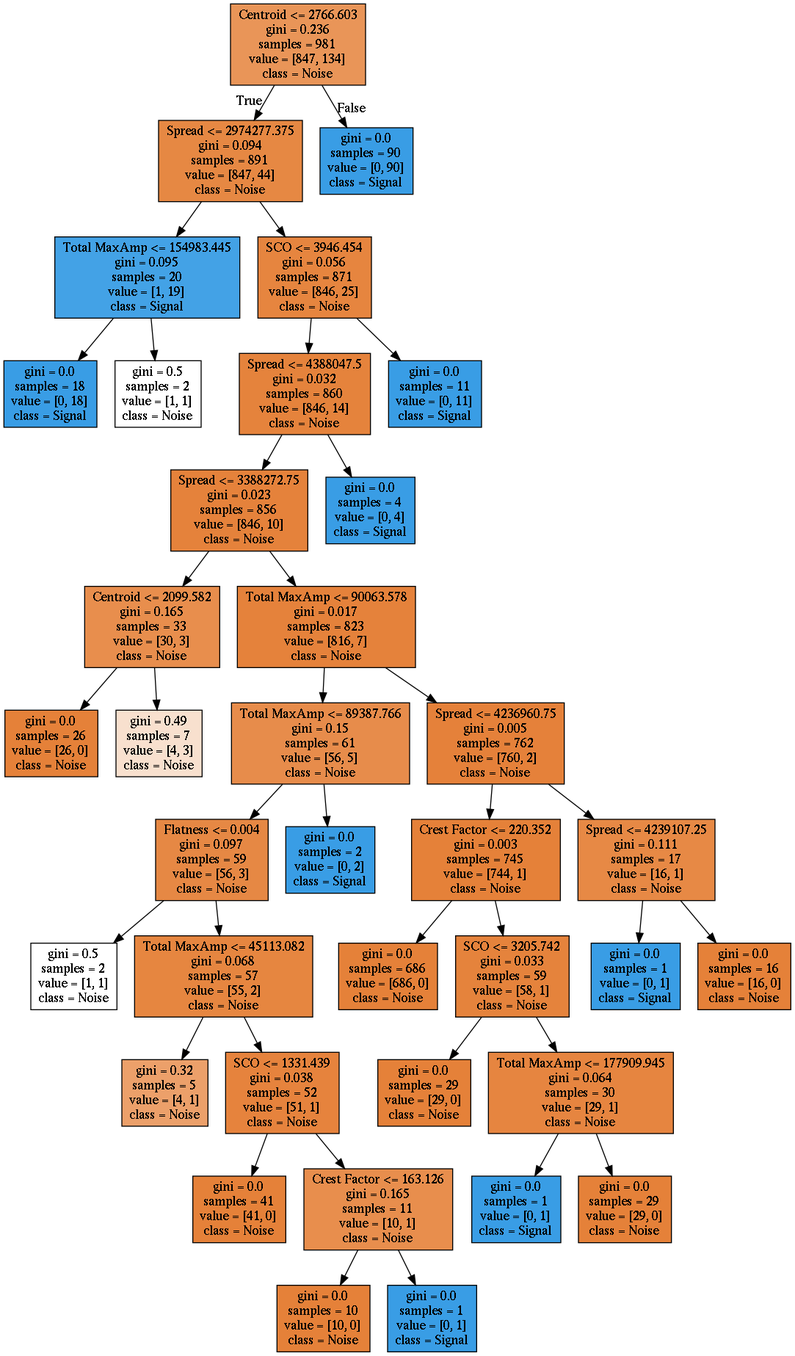
The Graphviz diagram Classifier/tree.dot.png in Waclaw-Nietzsche/Diploma, before a commit. Its source is kept beside it as Classifier/tree.dot.
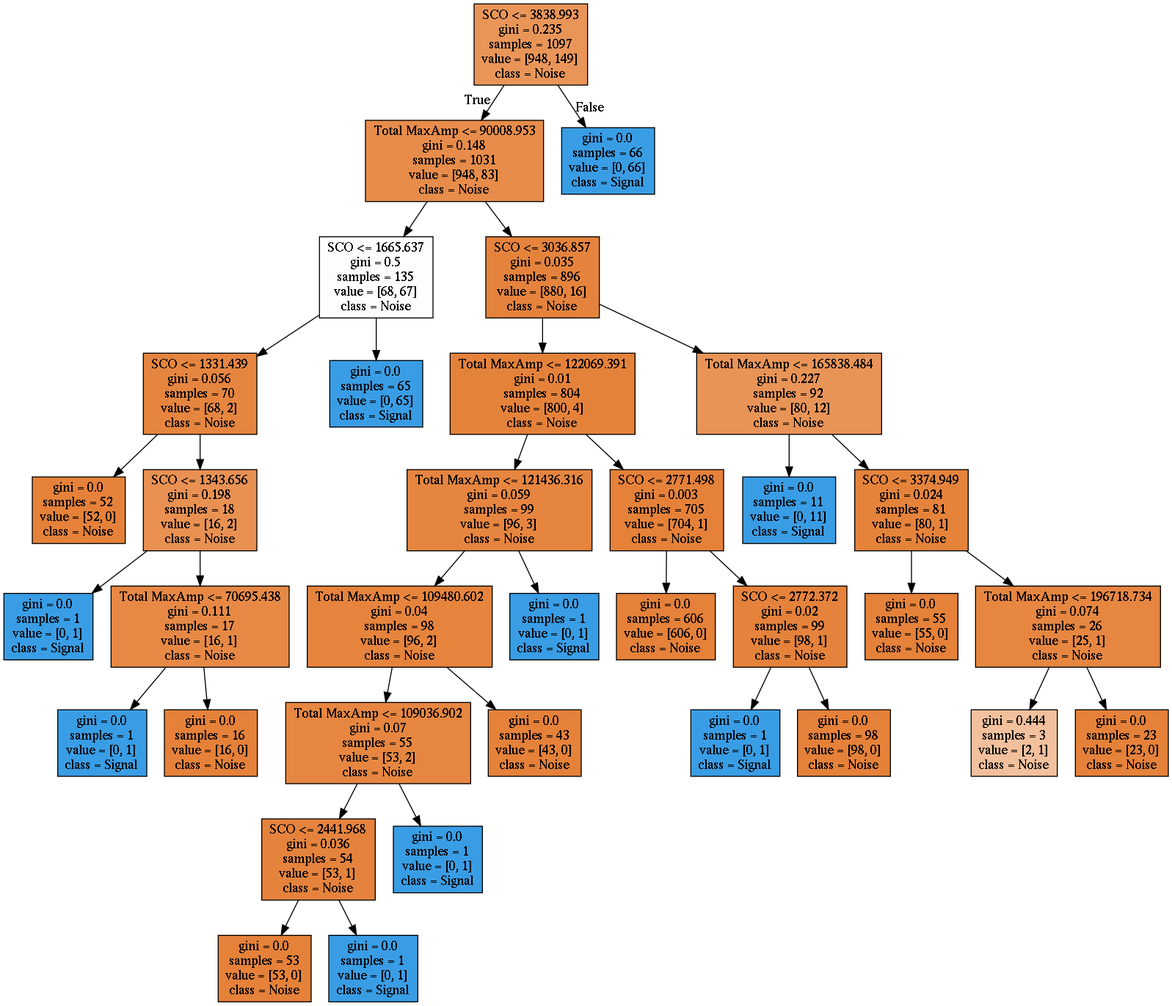
The same file after the commit.

The edit, as a diff of the source:
```diff
@@ -1,76 +1,72 @@
 digraph Tree {
 node [shape=box, style="filled", color="black"] ;
-0 [label="Centroid <= 2766.603\ngini = 0.236\nsamples = 981\nvalue = [847, 134]\nclass = Noise", fillcolor="#e99558"] ;
-1 [label="Spread <= 2974277.375\ngini = 0.094\nsamples = 891\nvalue = [847, 44]\nclass = Noise", fillcolor="#e68843"] ;
+0 [label="SCO <= 3838.993\ngini = 0.235\nsamples = 1097\nvalue = [948, 149]\nclass = Noise", fillcolor="#e99558"] ;
+1 [label="Total MaxAmp <= 90008.953\ngini = 0.148\nsamples = 1031\nvalue = [948, 83]\nclass = Noise", fillcolor="#e78c4a"] ;
 0 -> 1 [labeldistance=2.5, labelangle=45, headlabel="True"] ;
-3 [label="Total MaxAmp <= 154983.445\ngini = 0.095\nsamples = 20\nvalue = [1, 19]\nclass = Signal", fillcolor="#43a2e6"] ;
+3 [label="SCO <= 1665.637\ngini = 0.5\nsamples = 135\nvalue = [68, 67]\nclass = Noise", fillcolor="#fffdfc"] ;
 1 -> 3 ;
-9 [label="gini = 0.0\nsamples = 18\nvalue = [0, 18]\nclass = Signal", fillcolor="#399de5"] ;
-3 -> 9 ;
-10 [label="gini = 0.5\nsamples = 2\nvalue = [1, 1]\nclass = Noise", fillcolor="#ffffff"] ;
-3 -> 10 ;
-4 [label="SCO <= 3946.454\ngini = 0.056\nsamples = 871\nvalue = [846, 25]\nclass = Noise", fillcolor="#e6853f"] ;
+5 [label="SCO <= 1331.439\ngini = 0.056\nsamples = 70\nvalue = [68, 2]\nclass = Noise", fillcolor="#e6853f"] ;
+3 -> 5 ;
+11 [label="gini = 0.0\nsamples = 52\nvalue = [52, 0]\nclass = Noise", fillcolor="#e58139"] ;
+5 -> 11 ;
+12 [label="SCO <= 1343.656\ngini = 0.198\nsamples = 18\nvalue = [16, 2]\nclass = Noise", fillcolor="#e89152"] ;
+5 -> 12 ;
+13 [label="gini = 0.0\nsamples = 1\nvalue = [0, 1]\nclass = Signal", fillcolor="#399de5"] ;
+12 -> 13 ;
+14 [label="Total MaxAmp <= 70695.438\ngini = 0.111\nsamples = 17\nvalue = [16, 1]\nclass = Noise", fillcolor="#e78945"] ;
+12 -> 14 ;
+15 [label="gini = 0.0\nsamples = 1\nvalue = [0, 1]\nclass = Signal", fillcolor="#399de5"] ;
+14 -> 15 ;
+16 [label="gini = 0.0\nsamples = 16\nvalue = [16, 0]\nclass = Noise", fillcolor="#e58139"] ;
+14 -> 16 ;
+6 [label="gini = 0.0\nsamples = 65\nvalue = [0, 65]\nclass = Signal", fillcolor="#399de5"] ;
+3 -> 6 ;
+4 [label="SCO <= 3036.857\ngini = 0.035\nsamples = 896\nvalue = [880, 16]\nclass = Noise", fillcolor="#e5833d"] ;
 1 -> 4 ;
-5 [label="Spread <= 4388047.5\ngini = 0.032\nsamples = 860\nvalue = [846, 14]\nclass = Noise", fillcolor="#e5833c"] ;
-4 -> 5 ;
-7 [label="Spread <= 3388272.75\ngini = 0.023\nsamples = 856\nvalue = [846, 10]\nclass = Noise", fillcolor="#e5823b"] ;
-5 -> 7 ;
-11 [label="Centroid <= 2099.582\ngini = 0.165\nsamples = 33\nvalue = [30, 3]\nclass = Noise", fillcolor="#e88e4d"] ;
-7 -> 11 ;
-13 [label="gini = 0.0\nsamples = 26\nvalue = [26, 0]\nclass = Noise", fillcolor="#e58139"] ;
-11 -> 13 ;
-14 [label="gini = 0.49\nsamples = 7\nvalue = [4, 3]\nclass = Noise", fillcolor="#f8e0ce"] ;
-11 -> 14 ;
-12 [label="Total MaxAmp <= 90063.578\ngini = 0.017\nsamples = 823\nvalue = [816, 7]\nclass = Noise", fillcolor="#e5823b"] ;
-7 -> 12 ;
-15 [label="Total MaxAmp <= 89387.766\ngini = 0.15\nsamples = 61\nvalue = [56, 5]\nclass = Noise", fillcolor="#e78c4b"] ;
-12 -> 15 ;
-17 [label="Flatness <= 0.004\ngini = 0.097\nsamples = 59\nvalue = [56, 3]\nclass = Noise", fillcolor="#e68844"] ;
-15 -> 17 ;
-19 [label="gini = 0.5\nsamples = 2\nvalue = [1, 1]\nclass = Noise", fillcolor="#ffffff"] ;
+7 [label="Total MaxAmp <= 122069.391\ngini = 0.01\nsamples = 804\nvalue = [800, 4]\nclass = Noise", fillcolor="#e5823a"] ;
+4 -> 7 ;
+17 [label="Total MaxAmp <= 121436.316\ngini = 0.059\nsamples = 99\nvalue = [96, 3]\nclass = Noise", fillcolor="#e6853f"] ;
+7 -> 17 ;
+19 [label="Total MaxAmp <= 109480.602\ngini = 0.04\nsamples = 98\nvalue = [96, 2]\nclass = Noise", fillcolor="#e6843d"] ;
 17 -> 19 ;
-20 [label="Total MaxAmp <= 45113.082\ngini = 0.068\nsamples = 57\nvalue = [55, 2]\nclass = Noise", fillcolor="#e68640"] ;
+21 [label="Total MaxAmp <= 109036.902\ngini = 0.07\nsamples = 55\nvalue = [53, 2]\nclass = Noise", fillcolor="#e68640"] ;
+19 -> 21 ;
+23 [label="SCO <= 2441.968\ngini = 0.036\nsamples = 54\nvalue = [53, 1]\nclass = Noise", fillcolor="#e5833d"] ;
+21 -> 23 ;
+25 [label="gini = 0.0\nsamples = 53\nvalue = [53, 0]\nclass = Noise", fillcolor="#e58139"] ;
+23 -> 25 ;
+26 [label="gini = 0.0\nsamples = 1\nvalue = [0, 1]\nclass = Signal", fillcolor="#399de5"] ;
+23 -> 26 ;
+24 [label="gini = 0.0\nsamples = 1\nvalue = [0, 1]\nclass = Signal", fillcolor="#399de5"] ;
+21 -> 24 ;
+22 [label="gini = 0.0\nsamples = 43\nvalue = [43, 0]\nclass = Noise", fillcolor="#e58139"] ;
+19 -> 22 ;
+20 [label="gini = 0.0\nsamples = 1\nvalue = [0, 1]\nclass = Signal", fillcolor="#399de5"] ;
 17 -> 20 ;
-21 [label="gini = 0.32\nsamples = 5\nvalue = [4, 1]\nclass = Noise", fillcolor="#eca06a"] ;
-20 -> 21 ;
-22 [label="SCO <= 1331.439\ngini = 0.038\nsamples = 52\nvalue = [51, 1]\nclass = Noise", fillcolor="#e6833d"] ;
-20 -> 22 ;
-23 [label="gini = 0.0\nsamples = 41\nvalue = [41, 0]\nclass = Noise", fillcolor="#e58139"] ;
-22 -> 23 ;
-24 [label="Crest Factor <= 163.126\ngini = 0.165\nsamples = 11\nvalue = [10, 1]\nclass = Noise", fillcolor="#e88e4d"] ;
-22 -> 24 ;
-25 [label="gini = 0.0\nsamples = 10\nvalue = [10, 0]\nclass = Noise", fillcolor="#e58139"] ;
-24 -> 25 ;
-26 [label="gini = 0.0\nsamples = 1\nvalue = [0, 1]\nclass = Signal", fillcolor="#399de5"] ;
-24 -> 26 ;
-18 [label="gini = 0.0\nsamples = 2\nvalue = [0, 2]\nclass = Signal", fillcolor="#399de5"] ;
-15 -> 18 ;
-16 [label="Spread <= 4236960.75\ngini = 0.005\nsamples = 762\nvalue = [760, 2]\nclass = Noise", fillcolor="#e5813a"] ;
-12 -> 16 ;
-27 [label="Crest Factor <= 220.352\ngini = 0.003\nsamples = 745\nvalue = [744, 1]\nclass = Noise", fillcolor="#e58139"] ;
-16 -> 27 ;
-31 [label="gini = 0.0\nsamples = 686\nvalue = [686, 0]\nclass = Noise", fillcolor="#e58139"] ;
-27 -> 31 ;
-32 [label="SCO <= 3205.742\ngini = 0.033\nsamples = 59\nvalue = [58, 1]\nclass = Noise", fillcolor="#e5833c"] ;
-27 -> 32 ;
-33 [label="gini = 0.0\nsamples = 29\nvalue = [29, 0]\nclass = Noise", fillcolor="#e58139"] ;
+18 [label="SCO <= 2771.498\ngini = 0.003\nsamples = 705\nvalue = [704, 1]\nclass = Noise", fillcolor="#e58139"] ;
+7 -> 18 ;
+31 [label="gini = 0.0\nsamples = 606\nvalue = [606, 0]\nclass = Noise", fillcolor="#e58139"] ;
+18 -> 31 ;
+32 [label="SCO <= 2772.372\ngini = 0.02\nsamples = 99\nvalue = [98, 1]\nclass = Noise", fillcolor="#e5823b"] ;
+18 -> 32 ;
+33 [label="gini = 0.0\nsamples = 1\nvalue = [0, 1]\nclass = Signal", fillcolor="#399de5"] ;
 32 -> 33 ;
-34 [label="Total MaxAmp <= 177909.945\ngini = 0.064\nsamples = 30\nvalue = [29, 1]\nclass = Noise", fillcolor="#e68540"] ;
+34 [label="gini = 0.0\nsamples = 98\nvalue = [98, 0]\nclass = Noise", fillcolor="#e58139"] ;
 32 -> 34 ;
-35 [label="gini = 0.0\nsamples = 1\nvalue = [0, 1]\nclass = Signal", fillcolor="#399de5"] ;
-34 -> 35 ;
-36 [label="gini = 0.0\nsamples = 29\nvalue = [29, 0]\nclass = Noise", fillcolor="#e58139"] ;
-34 -> 36 ;
-28 [label="Spread <= 4239107.25\ngini = 0.111\nsamples = 17\nvalue = [16, 1]\nclass = Noise", fillcolor="#e78945"] ;
-16 -> 28 ;
-29 [label="gini = 0.0\nsamples = 1\nvalue = [0, 1]\nclass = Signal", fillcolor="#399de5"] ;
+8 [label="Total MaxAmp <= 165838.484\ngini = 0.227\nsamples = 92\nvalue = [80, 12]\nclass = Noise", fillcolor="#e99457"] ;
+4 -> 8 ;
+9 [label="gini = 0.0\nsamples = 11\nvalue = [0, 11]\nclass = Signal", fillcolor="#399de5"] ;
+8 -> 9 ;
+10 [label="SCO <= 3374.949\ngini = 0.024\nsamples = 81\nvalue = [80, 1]\nclass = Noise", fillcolor="#e5833b"] ;
+8 -> 10 ;
+27 [label="gini = 0.0\nsamples = 55\nvalue = [55, 0]\nclass = Noise", fillcolor="#e58139"] ;
+10 -> 27 ;
+28 [label="Total MaxAmp <= 196718.734\ngini = 0.074\nsamples = 26\nvalue = [25, 1]\nclass = Noise", fillcolor="#e68641"] ;
+10 -> 28 ;
+29 [label="gini = 0.444\nsamples = 3\nvalue = [2, 1]\nclass = Noise", fillcolor="#f2c09c"] ;
 28 -> 29 ;
-30 [label="gini = 0.0\nsamples = 16\nvalue = [16, 0]\nclass = Noise", fillcolor="#e58139"] ;
+30 [label="gini = 0.0\nsamples = 23\nvalue = [23, 0]\nclass = Noise", fillcolor="#e58139"] ;
 28 -> 30 ;
-8 [label="gini = 0.0\nsamples = 4\nvalue = [0, 4]\nclass = Signal", fillcolor="#399de5"] ;
-5 -> 8 ;
-6 [label="gini = 0.0\nsamples = 11\nvalue = [0, 11]\nclass = Signal", fillcolor="#399de5"] ;
-4 -> 6 ;
-2 [label="gini = 0.0\nsamples = 90\nvalue = [0, 90]\nclass = Signal", fillcolor="#399de5"] ;
+2 [label="gini = 0.0\nsamples = 66\nvalue = [0, 66]\nclass = Signal", fillcolor="#399de5"] ;
 0 -> 2 [labeldistance=2.5, labelangle=-45, headlabel="False"] ;
 }
```
